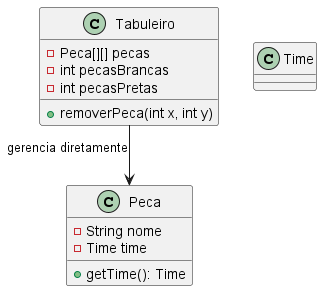
20242-ifba-saj-ads-ppr/framework-equipe5 keeps this PlantUML diagram as out/DiagramasIMG/VitoriaDerrotaSemObserver.png. Above is the earlier version.
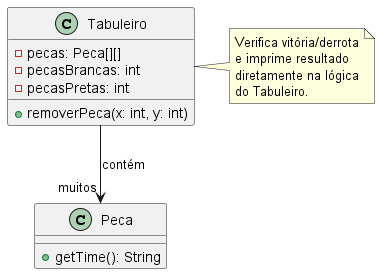
Later version of the same file.

Commit message:
fix: alterações na estrutura do observer

The edit, as a diff of the source:
```diff
@@ -1,20 +1,22 @@
 @startuml
-skinparam linetype ortho
-
 class Tabuleiro {
-    - Peca[][] pecas
-    - int pecasBrancas
-    - int pecasPretas
-    + removerPeca(int x, int y)
+    -pecas: Peca[][]
+    -pecasBrancas: int
+    -pecasPretas: int
+    +removerPeca(x: int, y: int)
 }
 
 class Peca {
-    - String nome
-    - Time time
-    + getTime(): Time
+    +getTime(): String
 }
 
-class Time
+Tabuleiro --> "muitos" Peca : contém
 
-Tabuleiro --> Peca : gerencia diretamente
+note right of Tabuleiro
+Verifica vitória/derrota
+e imprime resultado
+diretamente na lógica
+do Tabuleiro.
+end note
+
 @enduml
```
